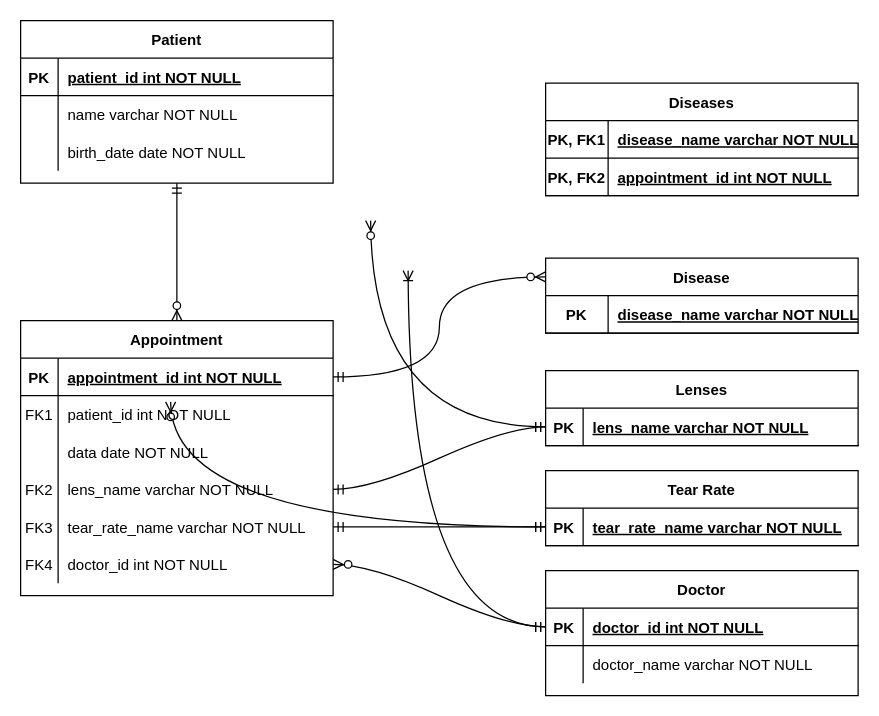
Above: AMD Final Projects.drawio in FableArman542/AMD_FinalProject (draw.io), before the change. Source tidied: cells renumbered, new cells numbered last; positions are measured from the earlier drawing's top-left corner, leaving out a move shared by most shapes. Both pictures are drawn from the tidied source at 125%, with x=0, y=0 at pixel (20, 20).
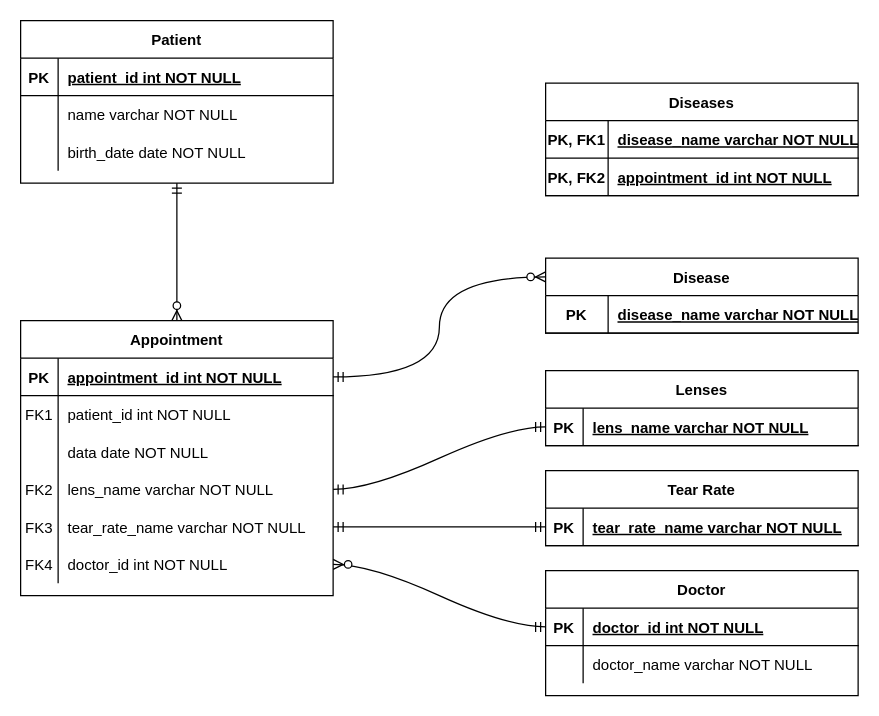
The same diagram, later.

Unchanged cells that the change refers to:
```xml
<mxCell id="13" style="shape=partialRectangle;fillColor=none;points=[[0,0.5],[1,0.5]];portConstraint=eastwest;top=0;left=0;right=0;bottom=1;" parent="12" vertex="1">
  <mxGeometry y="30" width="250" height="30" as="geometry" />
</mxCell>
<mxCell id="27" style="shape=partialRectangle;fillColor=none;points=[[0,0.5],[1,0.5]];portConstraint=eastwest;top=0;left=0;right=0;bottom=1;" parent="26" vertex="1">
  <mxGeometry y="30" width="250" height="30" as="geometry" />
</mxCell>
<mxCell id="31" style="shape=partialRectangle;fillColor=none;points=[[0,0.5],[1,0.5]];portConstraint=eastwest;top=0;left=0;right=0;bottom=1;" parent="30" vertex="1">
  <mxGeometry y="30" width="250" height="30" as="geometry" />
</mxCell>
```

Diff of the diagram source:
```diff
@@
-    <mxCell id="34" style="edgeStyle=orthogonalEdgeStyle;fontSize=12;html=1;endArrow=ERzeroToMany;startArrow=ERmandOne;rounded=0;entryX=1;entryY=0.5;entryDx=0;entryDy=0;exitX=0;exitY=0.5;exitDx=0;exitDy=0;curved=1;" parent="1" edge="1" source="31">
-      <mxGeometry relative="1" as="geometry">
-        <mxPoint x="280" y="160" as="targetPoint" />
-      </mxGeometry>
-    </mxCell>
-    <mxCell id="35" style="edgeStyle=orthogonalEdgeStyle;fontSize=12;html=1;endArrow=ERzeroToMany;startArrow=ERmandOne;rounded=0;entryX=1;entryY=0.5;entryDx=0;entryDy=0;exitX=0;exitY=0.5;exitDx=0;exitDy=0;elbow=vertical;curved=1;" parent="1" edge="1" source="27">
-      <mxGeometry relative="1" as="geometry">
-        <mxPoint x="120" y="305" as="targetPoint" />
-      </mxGeometry>
-    </mxCell>
-    <mxCell id="36" style="fontSize=12;html=1;endArrow=ERoneToMany;startArrow=ERmandOne;rounded=0;elbow=vertical;exitX=0;exitY=0.5;exitDx=0;exitDy=0;entryX=1;entryY=0.5;entryDx=0;entryDy=0;edgeStyle=orthogonalEdgeStyle;curved=1;" parent="1" edge="1" source="13">
-      <mxGeometry relative="1" as="geometry">
-        <mxPoint x="310" y="200" as="targetPoint" />
-      </mxGeometry>
-    </mxCell>
```
